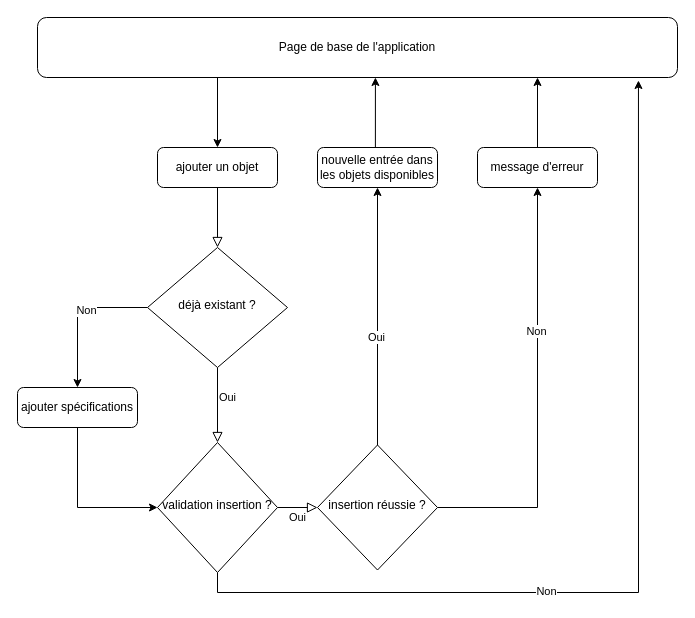
AhVen98/gestionStocks_preTPI keeps this draw.io diagram as page "AjouterObjet" (1 of 2) of fichiersModifiables/Diagrammes/LocationMat-Flux.drawio. Above is the earlier version. Source tidied: cells renumbered, new cells numbered last; positions are measured from the earlier drawing's top-left corner, leaving out a move shared by most shapes. Both pictures are drawn from the tidied source at 100%, with x=0, y=0 at pixel (17, 17).
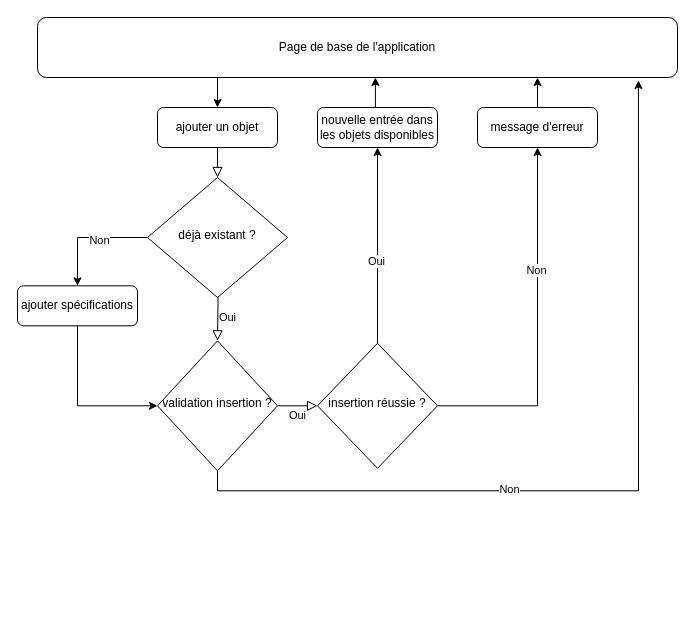
The same page after the edit.

The edit, as a diff of the source:
```diff
@@
     <mxCell id="3" value="ajouter un objet" style="rounded=1;whiteSpace=wrap;html=1;fontSize=12;glass=0;strokeWidth=1;shadow=0;" parent="1" vertex="1">
-      <mxGeometry x="140" y="130" width="120" height="40" as="geometry" />
+      <mxGeometry x="140" y="90" width="120" height="40" as="geometry" />
     </mxCell>
-    <mxCell id="4" value="Oui&lt;br&gt;" style="rounded=0;html=1;jettySize=auto;fontSize=11;endArrow=block;endFill=0;endSize=8;strokeWidth=1;shadow=0;labelBackgroundColor=none;edgeStyle=orthogonalEdgeStyle;" parent="1" edge="1" source="7" target="13">
-      <mxGeometry x="-0.2" y="10" relative="1" as="geometry" />
+    <mxCell id="4" value="Oui&lt;br&gt;" style="rounded=0;html=1;jettySize=auto;fontSize=11;endArrow=block;endFill=0;endSize=8;strokeWidth=1;shadow=0;labelBackgroundColor=none;edgeStyle=orthogonalEdgeStyle;" parent="1" edge="1" target="13">
+      <mxGeometry x="0.38" y="10" relative="1" as="geometry">
+        <mxPoint x="200" y="248.3" as="sourcePoint" />
+      </mxGeometry>
     </mxCell>
@@
     <mxCell id="7" value="déjà existant ?" style="rhombus;whiteSpace=wrap;html=1;shadow=0;fontFamily=Helvetica;fontSize=12;align=center;strokeWidth=1;spacing=6;spacingTop=-4;" parent="1" vertex="1">
-      <mxGeometry x="130" y="230" width="140" height="120" as="geometry" />
+      <mxGeometry x="130" y="160" width="140" height="120" as="geometry" />
     </mxCell>
@@
     <mxCell id="9" value="ajouter spécifications" style="rounded=1;whiteSpace=wrap;html=1;fontSize=12;glass=0;strokeWidth=1;shadow=0;" parent="1" vertex="1">
-      <mxGeometry y="370" width="120" height="40" as="geometry" />
+      <mxGeometry y="268.3" width="120" height="40" as="geometry" />
     </mxCell>
@@
     <mxCell id="13" value="validation insertion ?" style="rhombus;whiteSpace=wrap;html=1;shadow=0;fontFamily=Helvetica;fontSize=12;align=center;strokeWidth=1;spacing=6;spacingTop=-4;" parent="1" vertex="1">
-      <mxGeometry x="140" y="425" width="120" height="130" as="geometry" />
+      <mxGeometry x="140" y="323.3" width="120" height="130" as="geometry" />
     </mxCell>
@@
     <mxCell id="20" value="insertion réussie ?" style="rhombus;whiteSpace=wrap;html=1;shadow=0;fontFamily=Helvetica;fontSize=12;align=center;strokeWidth=1;spacing=6;spacingTop=-4;" parent="1" vertex="1">
-      <mxGeometry x="300" y="427.5" width="120" height="125" as="geometry" />
+      <mxGeometry x="300" y="325.8" width="120" height="125" as="geometry" />
     </mxCell>
@@
     <mxCell id="22" value="nouvelle entrée dans les objets disponibles" style="rounded=1;whiteSpace=wrap;html=1;fontSize=12;glass=0;strokeWidth=1;shadow=0;" parent="1" vertex="1">
-      <mxGeometry x="300" y="130" width="120" height="40" as="geometry" />
+      <mxGeometry x="300" y="90" width="120" height="40" as="geometry" />
     </mxCell>
@@
     <mxCell id="24" value="message d'erreur" style="rounded=1;whiteSpace=wrap;html=1;fontSize=12;glass=0;strokeWidth=1;shadow=0;" parent="1" vertex="1">
-      <mxGeometry x="460" y="130" width="120" height="40" as="geometry" />
+      <mxGeometry x="460" y="90" width="120" height="40" as="geometry" />
     </mxCell>
```
